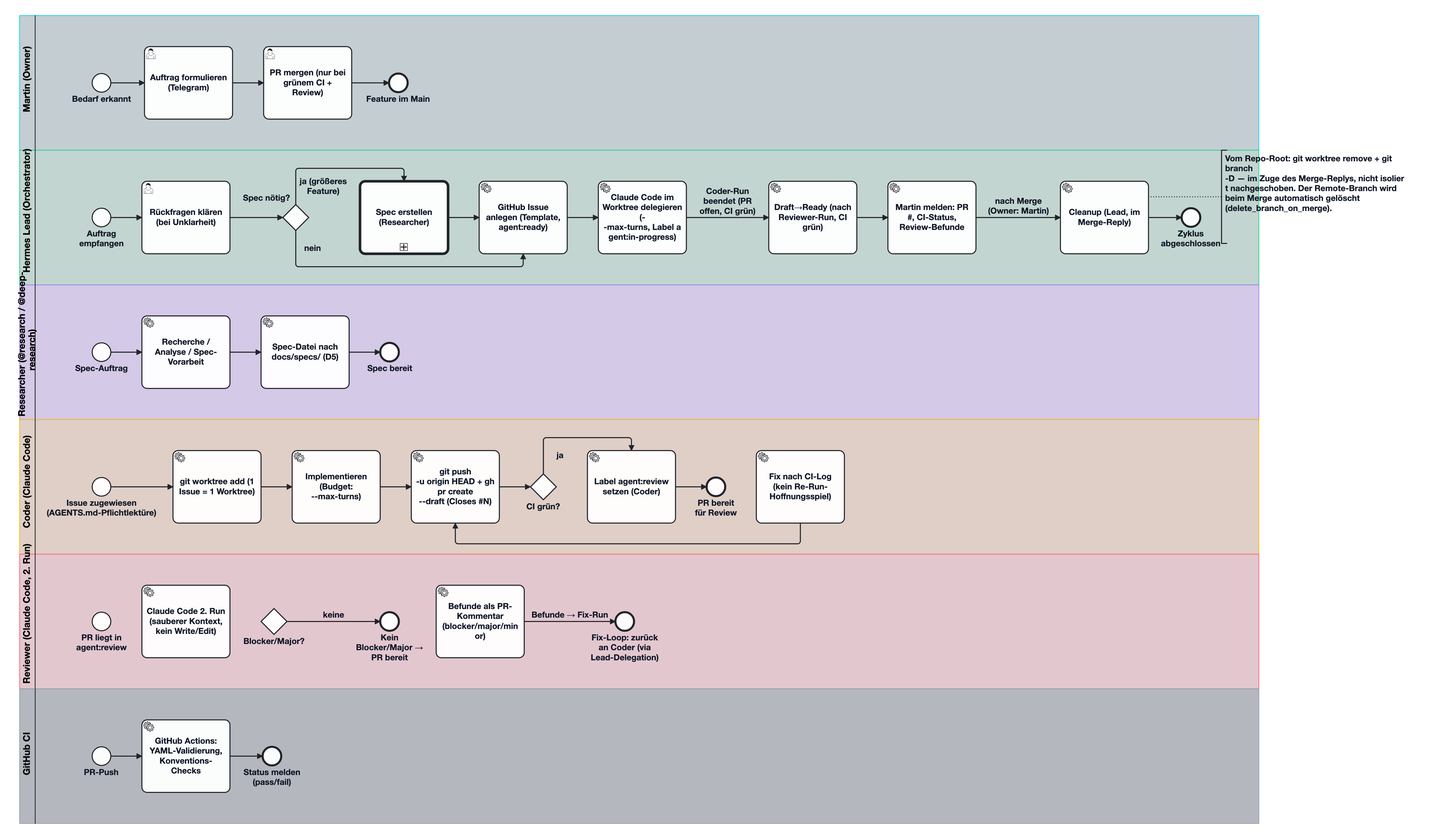
Earlier version of the BPMN export docs/workflow.png (martinvidec/oa-sandbox-agents). Its source is kept beside it as docs/workflow.bpmn. Ids are renumbered.
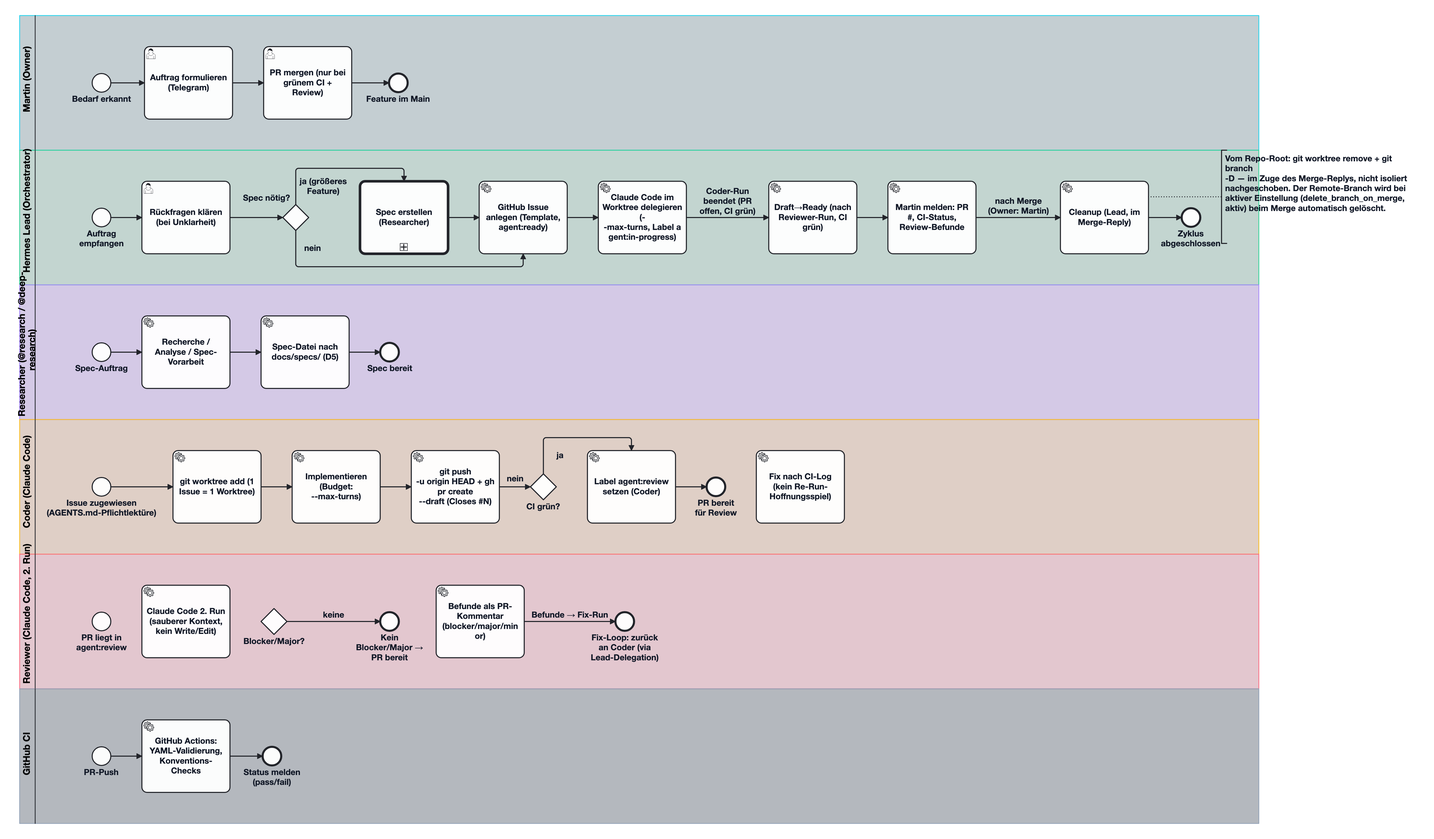
The same file after the commit.

Commit message:
fix: Review-Befunde — Flow_C4-Duplikat aufgelöst (Flow_C5), Annotation-Wortlaut an AGENTS.md angeglichen, frisches PNG/SVG (#52)

Diff of the diagram source:
```diff
@@ -71,7 +71,7 @@
     <bpmn:sequenceFlow id="Flow_L10" sourceRef="Task_Cleanup" targetRef="EndEvent_LeadFertig" />
 
     <bpmn:textAnnotation id="TextAnnotation_Cleanup">
-      <bpmn:text>Vom Repo-Root: git worktree remove + git branch -D — im Zuge des Merge-Replys, nicht isoliert nachgeschoben. Der Remote-Branch wird beim Merge automatisch gelöscht (delete_branch_on_merge).</bpmn:text>
+      <bpmn:text>Vom Repo-Root: git worktree remove + git branch -D — im Zuge des Merge-Replys, nicht isoliert nachgeschoben. Der Remote-Branch wird bei aktiver Einstellung (delete_branch_on_merge, aktiv) beim Merge automatisch gelöscht.</bpmn:text>
     </bpmn:textAnnotation>
     <bpmn:association id="Association_Cleanup" sourceRef="Task_Cleanup" targetRef="TextAnnotation_Cleanup" />
   </bpmn:process>
@@ -101,7 +101,7 @@
     <bpmn:sequenceFlow id="Flow_C2" sourceRef="Task_Worktree" targetRef="Task_Implement" />
     <bpmn:sequenceFlow id="Flow_C3" sourceRef="Task_Implement" targetRef="Task_PR" />
     <bpmn:sequenceFlow id="Flow_C4" sourceRef="Task_PR" targetRef="Gateway_CIGruen" />
-    <bpmn:sequenceFlow id="Flow_C4" sourceRef="Gateway_CIGruen" targetRef="Task_FixNach" name="nein" />
+    <bpmn:sequenceFlow id="Flow_C5" sourceRef="Gateway_CIGruen" targetRef="Task_FixNach" name="nein" />
     <bpmn:sequenceFlow id="Flow_C5" sourceRef="Task_FixNach" targetRef="Task_PR" />
     <bpmn:sequenceFlow id="Flow_C6" sourceRef="Gateway_CIGruen" targetRef="Task_LabelReview" name="ja" />
     <bpmn:sequenceFlow id="Flow_C7" sourceRef="Task_LabelReview" targetRef="EndEvent_Coder" />
@@ -372,7 +372,7 @@
         <di:waypoint x="716" y="950" />
         <di:waypoint x="776" y="950" />
       </bpmndi:BPMNEdge>
-      <bpmndi:BPMNEdge id="Flow_C4_di" bpmnElement="Flow_C4">
+      <bpmndi:BPMNEdge id="Flow_C5_di" bpmnElement="Flow_C5">
         <di:waypoint x="946" y="950" />
         <di:waypoint x="1006" y="950" />
       </bpmndi:BPMNEdge>
```
